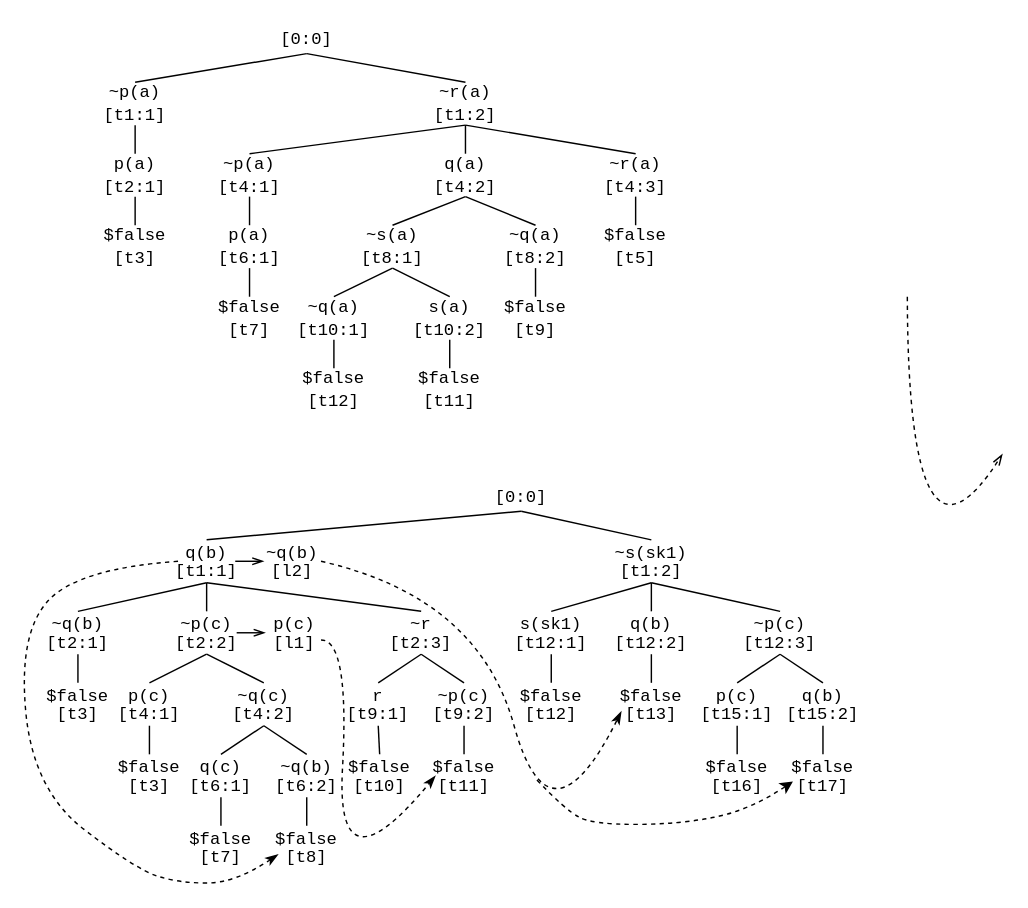
Earlier version of the draw.io diagram Tableau.drawio (GeoffsPapers/TPTPTableauFormat). Source tidied: cells renumbered, new cells numbered last; positions are measured from the earlier drawing's top-left corner, leaving out a move shared by most shapes. Both pictures are drawn from the tidied source at 143%, with x=0, y=0 at pixel (17, 24).
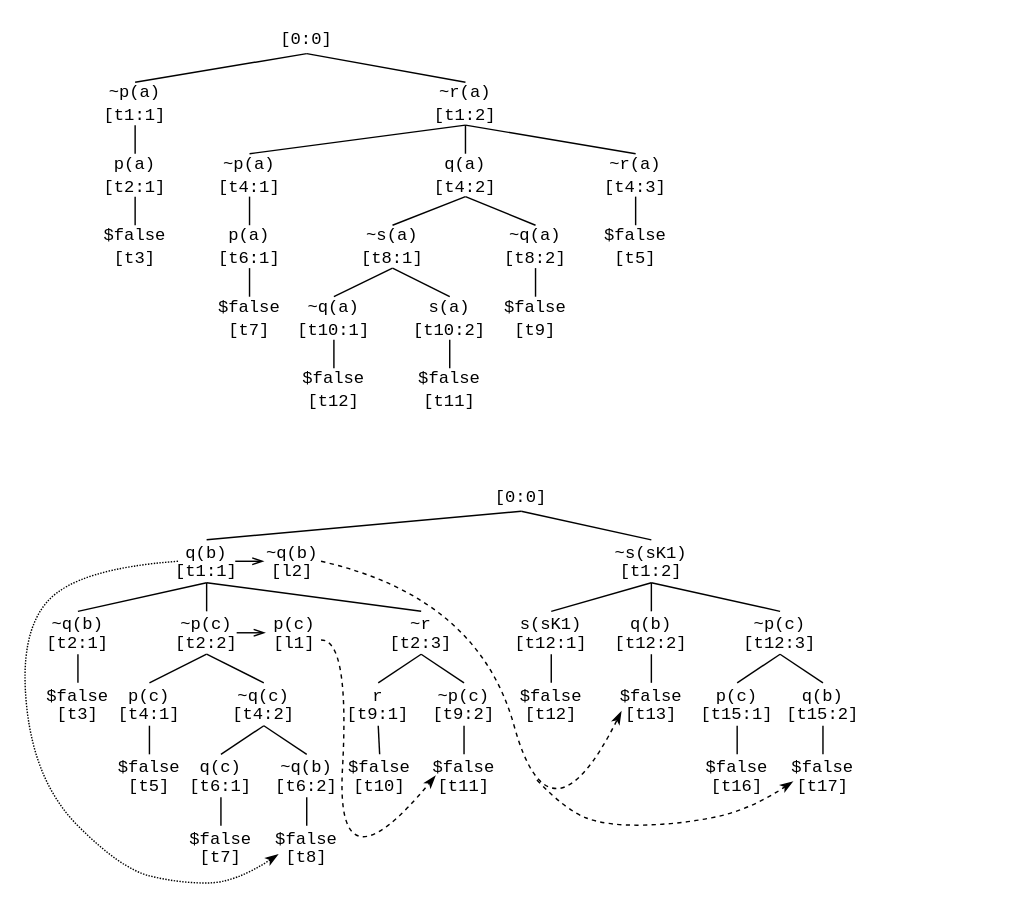
Above is the later version.

The change refers to these unchanged cells:
```xml
<mxCell id="58" value="&lt;div style=&quot;line-height: 100%;&quot;&gt;&lt;font face=&quot;Courier New&quot;&gt;$false&lt;/font&gt;&lt;br&gt;&lt;div&gt;&lt;span style=&quot;font-family: &amp;quot;Courier New&amp;quot;; background-color: transparent; color: light-dark(rgb(0, 0, 0), rgb(255, 255, 255));&quot;&gt;[t8]&lt;/span&gt;&lt;/div&gt;&lt;/div&gt;" style="text;strokeColor=none;align=center;fillColor=none;html=1;verticalAlign=middle;whiteSpace=wrap;rounded=0;" parent="1" vertex="1">
  <mxGeometry x="172" y="560" width="60" height="30" as="geometry" />
</mxCell>
```

What changed in the source:
```diff
@@
-    <mxCell id="48" value="&lt;div style=&quot;line-height: 100%;&quot;&gt;&lt;font face=&quot;Courier New&quot;&gt;$false&lt;/font&gt;&lt;br&gt;&lt;div&gt;&lt;span style=&quot;font-family: &amp;quot;Courier New&amp;quot;; background-color: transparent; color: light-dark(rgb(0, 0, 0), rgb(255, 255, 255));&quot;&gt;[t3]&lt;/span&gt;&lt;/div&gt;&lt;/div&gt;" style="text;strokeColor=none;align=center;fillColor=none;html=1;verticalAlign=middle;whiteSpace=wrap;rounded=0;" parent="1" vertex="1">
+    <mxCell id="48" value="&lt;div style=&quot;line-height: 100%;&quot;&gt;&lt;font face=&quot;Courier New&quot;&gt;$false&lt;/font&gt;&lt;br&gt;&lt;div&gt;&lt;span style=&quot;font-family: &amp;quot;Courier New&amp;quot;; background-color: transparent; color: light-dark(rgb(0, 0, 0), rgb(255, 255, 255));&quot;&gt;[t5]&lt;/span&gt;&lt;/div&gt;&lt;/div&gt;" style="text;strokeColor=none;align=center;fillColor=none;html=1;verticalAlign=middle;whiteSpace=wrap;rounded=0;" parent="1" vertex="1">
       <mxGeometry x="62" y="510" width="60" height="30" as="geometry" />
     </mxCell>
@@
-    <mxCell id="70" value="&lt;div style=&quot;line-height: 100%;&quot;&gt;&lt;font face=&quot;Courier New&quot;&gt;~s(sk1)&lt;/font&gt;&lt;br&gt;&lt;div&gt;&lt;div&gt;&lt;span style=&quot;font-family: &amp;quot;Courier New&amp;quot;; background-color: transparent; color: light-dark(rgb(0, 0, 0), rgb(255, 255, 255));&quot;&gt;[t1:2]&lt;/span&gt;&lt;/div&gt;&lt;/div&gt;&lt;/div&gt;" style="text;strokeColor=none;align=center;fillColor=none;html=1;verticalAlign=middle;whiteSpace=wrap;rounded=0;" parent="1" vertex="1">
+    <mxCell id="70" value="&lt;div style=&quot;line-height: 100%;&quot;&gt;&lt;font face=&quot;Courier New&quot;&gt;~s(sK1)&lt;/font&gt;&lt;br&gt;&lt;div&gt;&lt;div&gt;&lt;span style=&quot;font-family: &amp;quot;Courier New&amp;quot;; background-color: transparent; color: light-dark(rgb(0, 0, 0), rgb(255, 255, 255));&quot;&gt;[t1:2]&lt;/span&gt;&lt;/div&gt;&lt;/div&gt;&lt;/div&gt;" style="text;strokeColor=none;align=center;fillColor=none;html=1;verticalAlign=middle;whiteSpace=wrap;rounded=0;" parent="1" vertex="1">
       <mxGeometry x="413" y="360" width="60" height="30" as="geometry" />
     </mxCell>
@@
-    <mxCell id="72" value="&lt;div style=&quot;line-height: 100%;&quot;&gt;&lt;font face=&quot;Courier New&quot;&gt;s(sk1)&lt;/font&gt;&lt;br&gt;&lt;div&gt;&lt;div&gt;&lt;span style=&quot;font-family: &amp;quot;Courier New&amp;quot;; background-color: transparent; color: light-dark(rgb(0, 0, 0), rgb(255, 255, 255));&quot;&gt;[t12:1]&lt;/span&gt;&lt;/div&gt;&lt;/div&gt;&lt;/div&gt;" style="text;strokeColor=none;align=center;fillColor=none;html=1;verticalAlign=middle;whiteSpace=wrap;rounded=0;" parent="1" vertex="1">
+    <mxCell id="72" value="&lt;div style=&quot;line-height: 100%;&quot;&gt;&lt;font face=&quot;Courier New&quot;&gt;s(sK1)&lt;/font&gt;&lt;br&gt;&lt;div&gt;&lt;div&gt;&lt;span style=&quot;font-family: &amp;quot;Courier New&amp;quot;; background-color: transparent; color: light-dark(rgb(0, 0, 0), rgb(255, 255, 255));&quot;&gt;[t12:1]&lt;/span&gt;&lt;/div&gt;&lt;/div&gt;&lt;/div&gt;" style="text;strokeColor=none;align=center;fillColor=none;html=1;verticalAlign=middle;whiteSpace=wrap;rounded=0;" parent="1" vertex="1">
       <mxGeometry x="343" y="410" width="60" height="30" as="geometry" />
     </mxCell>
@@
-    <mxCell id="94" style="endArrow=openThin;html=1;rounded=0;exitX=1;exitY=0.5;exitDx=0;exitDy=0;dashed=1;endFill=0;entryX=0;entryY=0.5;entryDx=0;entryDy=0;curved=1;" parent="1" edge="1">
-      <mxGeometry relative="1" as="geometry">
-        <mxPoint x="622" y="190" as="sourcePoint" />
-        <mxPoint x="688.5" y="300" as="targetPoint" />
-        <Array as="points">
-          <mxPoint x="622.5" y="405" />
-        </Array>
-      </mxGeometry>
-    </mxCell>
@@
-    <mxCell id="97" style="curved=1;endArrow=classicThin;html=1;rounded=0;entryX=0.167;entryY=0.667;entryDx=0;entryDy=0;entryPerimeter=0;dashed=1;endFill=1;" parent="1" edge="1" target="58">
+    <mxCell id="97" style="curved=1;endArrow=classicThin;html=1;rounded=0;entryX=0.167;entryY=0.667;entryDx=0;entryDy=0;entryPerimeter=0;dashed=1;endFill=1;dashPattern=1 1;" parent="1" edge="1" target="58">
       <mxGeometry relative="1" as="geometry">
         <mxPoint x="112" y="375" as="sourcePoint" />
         <Array as="points">
           <mxPoint x="42" y="380" />
           <mxPoint x="0.5" y="425" />
-          <mxPoint x="10.5" y="535" />
-          <mxPoint x="82" y="590" />
+          <mxPoint x="12" y="530" />
+          <mxPoint x="72" y="590" />
           <mxPoint x="112" y="600" />
           <mxPoint x="152" y="600" />
         </Array>
       </mxGeometry>
     </mxCell>
-    <mxCell id="98" style="curved=1;endArrow=classic;html=1;rounded=0;dashed=1;entryX=0.15;entryY=0.667;entryDx=0;entryDy=0;entryPerimeter=0;" parent="1" edge="1">
-      <mxGeometry relative="1" as="geometry">
-        <mxPoint x="363" y="528" as="sourcePoint" />
-        <mxPoint x="542" y="529" as="targetPoint" />
-        <Array as="points">
-          <mxPoint x="383" y="549" />
-          <mxPoint x="402" y="559" />
-          <mxPoint x="462" y="559" />
-          <mxPoint x="512" y="549" />
-        </Array>
-      </mxGeometry>
-    </mxCell>
+    <mxCell id="99" style="curved=1;endArrow=classicThin;html=1;rounded=0;dashed=1;entryX=0.15;entryY=0.667;entryDx=0;entryDy=0;entryPerimeter=0;endFill=1;" parent="1" edge="1">
+      <mxGeometry relative="1" as="geometry">
+        <mxPoint x="363" y="528" as="sourcePoint" />
+        <mxPoint x="542" y="529" as="targetPoint" />
+        <Array as="points">
+          <mxPoint x="383" y="549" />
+          <mxPoint x="412" y="560" />
+          <mxPoint x="462" y="559" />
+          <mxPoint x="512" y="549" />
+        </Array>
+      </mxGeometry>
+    </mxCell>
```
